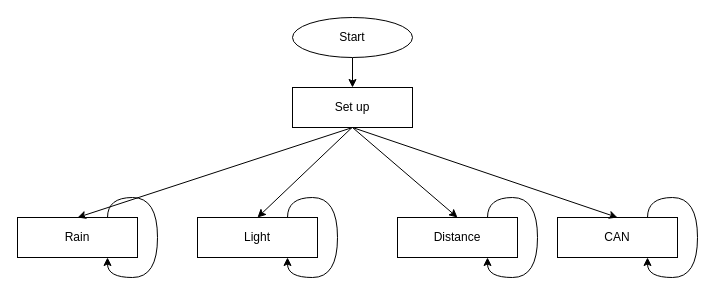
Earlier version of the draw.io diagram page "STM32_SEND_RTOS" (7 of 7) of Untitled Diagram.drawio (106210049/Plant-take-care). Source tidied: cells renumbered, new cells numbered last; positions are measured from the earlier drawing's top-left corner, leaving out a move shared by most shapes. Both pictures are drawn from the tidied source at 100%, with x=0, y=0 at pixel (17, 17).
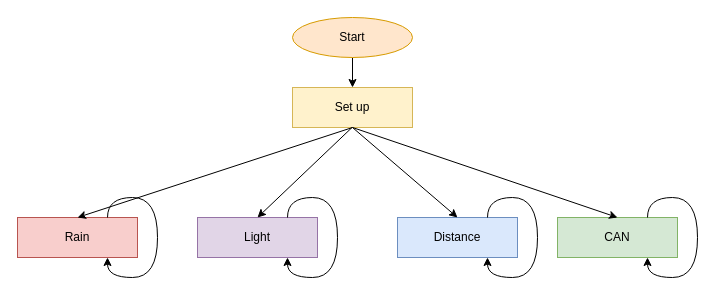
The same diagram, later.

Diff of the diagram source:
```diff
@@
-    <mxCell id="3" value="Start" style="ellipse;whiteSpace=wrap;html=1;" parent="1" vertex="1">
+    <mxCell id="3" value="Start" style="ellipse;whiteSpace=wrap;html=1;fillColor=#ffe6cc;strokeColor=#d79b00;" parent="1" vertex="1">
       <mxGeometry x="275" width="120" height="40" as="geometry" />
     </mxCell>
-    <mxCell id="4" value="Set up" style="rounded=0;whiteSpace=wrap;html=1;" parent="1" vertex="1">
+    <mxCell id="4" value="Set up" style="rounded=0;whiteSpace=wrap;html=1;fillColor=#fff2cc;strokeColor=#d6b656;" parent="1" vertex="1">
       <mxGeometry x="275" y="70" width="120" height="40" as="geometry" />
     </mxCell>
-    <mxCell id="5" value="CAN" style="rounded=0;whiteSpace=wrap;html=1;" parent="1" vertex="1">
+    <mxCell id="5" value="CAN" style="rounded=0;whiteSpace=wrap;html=1;fillColor=#d5e8d4;strokeColor=#82b366;" parent="1" vertex="1">
       <mxGeometry x="540" y="200" width="120" height="40" as="geometry" />
     </mxCell>
@@
-    <mxCell id="8" value="Rain" style="rounded=0;whiteSpace=wrap;html=1;" parent="1" vertex="1">
+    <mxCell id="8" value="Rain" style="rounded=0;whiteSpace=wrap;html=1;fillColor=#f8cecc;strokeColor=#b85450;" parent="1" vertex="1">
       <mxGeometry y="200" width="120" height="40" as="geometry" />
     </mxCell>
@@
-    <mxCell id="11" value="Distance" style="rounded=0;whiteSpace=wrap;html=1;" parent="1" vertex="1">
+    <mxCell id="11" value="Distance" style="rounded=0;whiteSpace=wrap;html=1;fillColor=#dae8fc;strokeColor=#6c8ebf;" parent="1" vertex="1">
       <mxGeometry x="380" y="200" width="120" height="40" as="geometry" />
     </mxCell>
@@
-    <mxCell id="14" value="Light" style="rounded=0;whiteSpace=wrap;html=1;" parent="1" vertex="1">
+    <mxCell id="14" value="Light" style="rounded=0;whiteSpace=wrap;html=1;fillColor=#e1d5e7;strokeColor=#9673a6;" parent="1" vertex="1">
       <mxGeometry x="180" y="200" width="120" height="40" as="geometry" />
     </mxCell>
```
